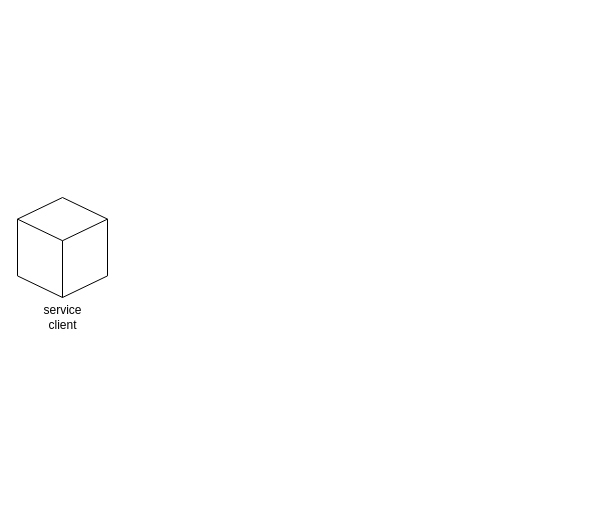
The draw.io diagram servidor-cache-microservices.drawio in mrclalves/desenhos, before the edit. Source tidied: cells renumbered, new cells numbered last; positions are measured from the earlier drawing's top-left corner, leaving out a move shared by most shapes. Both pictures are drawn from the tidied source at 100%, with x=0, y=0 at pixel (17, 197). Pictures stored in the file or linked from it are replaced by grey dashed boxes.
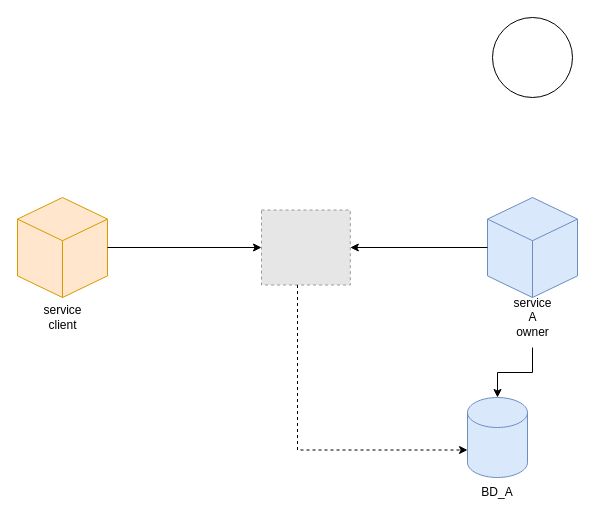
The same page after the edit.

Change to the diagram source:
```diff
@@
 <mxGraphModel>
   <root>
     <mxCell id="0" />
     <mxCell id="1" parent="0" />
     <mxCell id="2" style="group;" parent="1" vertex="1">
       <mxGeometry width="90" height="140" as="geometry" />
     </mxCell>
-    <mxCell id="3" style="html=1;whiteSpace=wrap;shape=isoCube2;backgroundOutline=1;isoAngle=15;" parent="2" vertex="1">
+    <mxCell id="3" style="html=1;whiteSpace=wrap;shape=isoCube2;backgroundOutline=1;isoAngle=15;fillColor=#ffe6cc;strokeColor=#d79b00;" parent="2" vertex="1">
       <mxGeometry width="90" height="100" as="geometry" />
     </mxCell>
     <mxCell id="4" value="service&lt;div&gt;client&lt;/div&gt;" style="text;html=1;align=center;verticalAlign=middle;strokeColor=none;fillColor=none;" parent="2" vertex="1">
       <mxGeometry x="15" y="100" width="60" height="40" as="geometry" />
     </mxCell>
+    <mxCell id="5" style="fillColor=#E6E6E6;strokeColor=#999999;dashed=1;verticalLabelPosition=bottom;labelBackgroundColor=default;verticalAlign=top;" parent="1" vertex="1">
+      <mxGeometry x="244" y="12.5" width="88.8" height="75" as="geometry" />
+    </mxCell>
+    <mxCell id="6" style="edgeStyle=orthogonalEdgeStyle;rounded=0;jettySize=auto;html=1;" parent="1" edge="1" source="3" target="5">
+      <mxGeometry relative="1" as="geometry" />
+    </mxCell>
+    <mxCell id="7" style="group;" parent="1" vertex="1">
+      <mxGeometry x="470" width="90" height="150" as="geometry" />
+    </mxCell>
+    <mxCell id="8" style="html=1;whiteSpace=wrap;shape=isoCube2;backgroundOutline=1;isoAngle=15;fillColor=#dae8fc;strokeColor=#6c8ebf;" parent="7" vertex="1">
+      <mxGeometry width="90" height="100" as="geometry" />
+    </mxCell>
+    <mxCell id="9" value="service&lt;br&gt;A&lt;br&gt;&lt;div&gt;owner&lt;/div&gt;" style="text;html=1;align=center;verticalAlign=middle;points=[];strokeColor=none;fillColor=none;" parent="7" vertex="1">
+      <mxGeometry x="15" y="90" width="60" height="60" as="geometry" />
+    </mxCell>
+    <mxCell id="10" style="edgeStyle=orthogonalEdgeStyle;rounded=0;jettySize=auto;html=1;" parent="1" edge="1" source="8" target="5">
+      <mxGeometry relative="1" as="geometry" />
+    </mxCell>
+    <mxCell id="11" style="shape=cylinder3;whiteSpace=wrap;html=1;boundedLbl=1;backgroundOutline=1;size=15;fillColor=#dae8fc;strokeColor=#6c8ebf;" parent="1" vertex="1">
+      <mxGeometry x="450" y="200" width="60" height="80" as="geometry" />
+    </mxCell>
+    <mxCell id="12" value="BD_A" style="text;html=1;align=center;verticalAlign=middle;whiteSpace=wrap;rounded=0;" parent="1" vertex="1">
+      <mxGeometry x="450" y="280" width="60" height="30" as="geometry" />
+    </mxCell>
+    <mxCell id="13" style="edgeStyle=orthogonalEdgeStyle;rounded=0;jettySize=auto;html=1;" parent="1" edge="1" source="9" target="11">
+      <mxGeometry relative="1" as="geometry" />
+    </mxCell>
+    <mxCell id="14" style="edgeStyle=orthogonalEdgeStyle;rounded=0;jettySize=auto;html=1;entryX=0;entryY=0;entryDx=0;entryDy=52.5;entryPerimeter=0;dashed=1;" parent="1" edge="1" source="5" target="11">
+      <mxGeometry relative="1" as="geometry">
+        <Array as="points">
+          <mxPoint x="280" y="253" />
+        </Array>
+      </mxGeometry>
+    </mxCell>
+    <mxCell id="15" style="ellipse;whiteSpace=wrap;html=1;" parent="1" vertex="1">
+      <mxGeometry x="475" y="-180" width="80" height="80" as="geometry" />
+    </mxCell>
   </root>
 </mxGraphModel>
```
